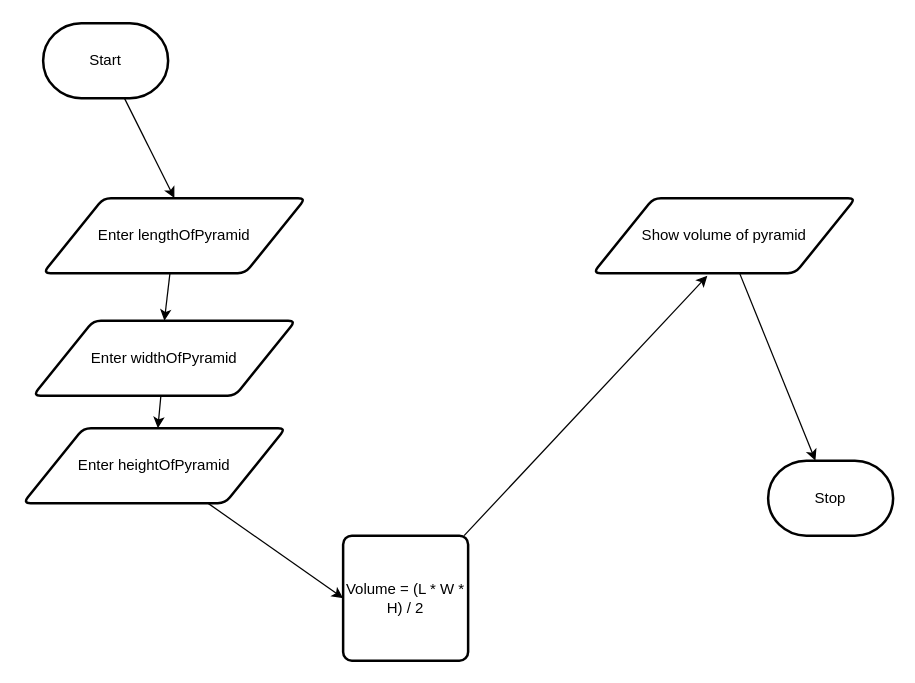
The draw.io diagram design/flowchart.drawio in MTHS-ICD2O-1-2023/ICD2O-Unit-3-02-Gabriel-Zanardi, before the edit. Source tidied: cells renumbered, new cells numbered last; positions are measured from the earlier drawing's top-left corner, leaving out a move shared by most shapes. Both pictures are drawn from the tidied source at 125%, with x=0, y=0 at pixel (22, 22).
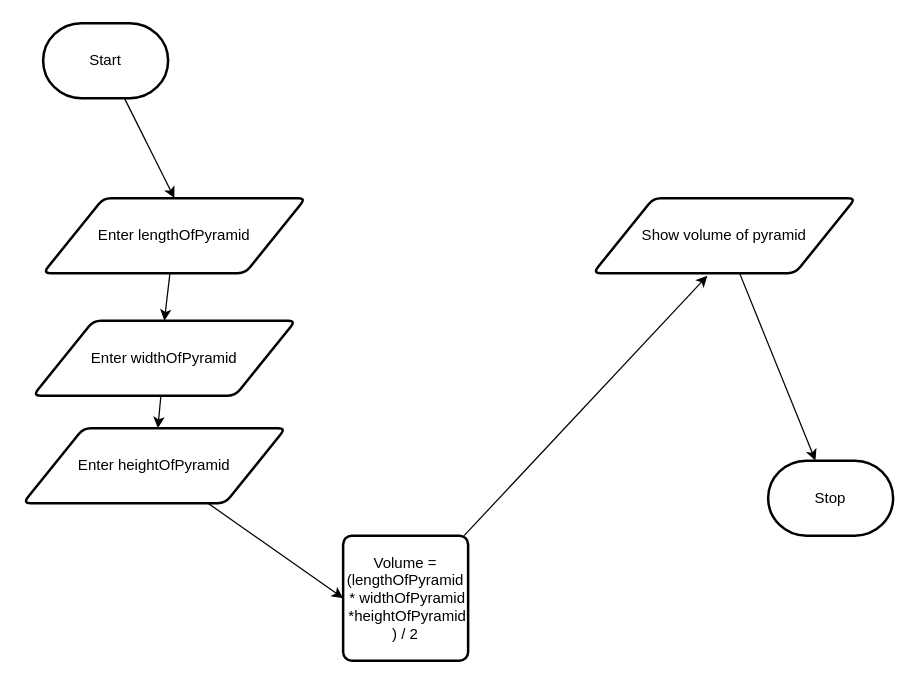
The same page after the edit.

Commit message (it also covers changes not shown here):
edited flowchart, js and index

What changed in the source:
```diff
@@
 <mxGraphModel>
   <root>
     <mxCell id="0" />
     <mxCell id="1" parent="0" />
     <mxCell id="2" style="edgeStyle=none;html=1;entryX=0.5;entryY=0;entryDx=0;entryDy=0;" parent="1" edge="1" source="3" target="6">
       <mxGeometry relative="1" as="geometry" />
     </mxCell>
     <mxCell id="3" value="Start" style="strokeWidth=2;html=1;shape=mxgraph.flowchart.terminator;whiteSpace=wrap;" parent="1" vertex="1">
       <mxGeometry x="16" width="100" height="60" as="geometry" />
     </mxCell>
     <mxCell id="4" value="Stop" style="strokeWidth=2;html=1;shape=mxgraph.flowchart.terminator;whiteSpace=wrap;" parent="1" vertex="1">
       <mxGeometry x="596" y="350" width="100" height="60" as="geometry" />
     </mxCell>
     <mxCell id="5" style="edgeStyle=none;html=1;entryX=0.5;entryY=0;entryDx=0;entryDy=0;" parent="1" edge="1" source="6" target="8">
       <mxGeometry relative="1" as="geometry" />
     </mxCell>
     <mxCell id="6" value="Enter lengthOfPyramid" style="shape=parallelogram;html=1;strokeWidth=2;perimeter=parallelogramPerimeter;whiteSpace=wrap;rounded=1;arcSize=12;size=0.23;" parent="1" vertex="1">
       <mxGeometry x="16" y="140" width="210" height="60" as="geometry" />
     </mxCell>
     <mxCell id="7" style="edgeStyle=none;html=1;" parent="1" edge="1" source="8" target="10">
       <mxGeometry relative="1" as="geometry" />
     </mxCell>
     <mxCell id="8" value="Enter widthOfPyramid" style="shape=parallelogram;html=1;strokeWidth=2;perimeter=parallelogramPerimeter;whiteSpace=wrap;rounded=1;arcSize=12;size=0.23;" parent="1" vertex="1">
       <mxGeometry x="8" y="238" width="210" height="60" as="geometry" />
     </mxCell>
     <mxCell id="9" style="edgeStyle=none;html=1;entryX=0;entryY=0.5;entryDx=0;entryDy=0;" parent="1" edge="1" source="10" target="12">
       <mxGeometry relative="1" as="geometry" />
     </mxCell>
     <mxCell id="10" value="Enter heightOfPyramid" style="shape=parallelogram;html=1;strokeWidth=2;perimeter=parallelogramPerimeter;whiteSpace=wrap;rounded=1;arcSize=12;size=0.23;" parent="1" vertex="1">
       <mxGeometry y="324" width="210" height="60" as="geometry" />
     </mxCell>
     <mxCell id="11" style="edgeStyle=none;html=1;entryX=0.435;entryY=1.035;entryDx=0;entryDy=0;entryPerimeter=0;" parent="1" edge="1" source="12" target="14">
       <mxGeometry relative="1" as="geometry" />
     </mxCell>
-    <mxCell id="12" value="Volume = (L * W * H) / 2" style="rounded=1;whiteSpace=wrap;html=1;absoluteArcSize=1;arcSize=14;strokeWidth=2;" parent="1" vertex="1">
+    <mxCell id="12" value="Volume = (lengthOfPyramid&lt;br&gt;&amp;nbsp;* widthOfPyramid&lt;br&gt;&amp;nbsp;*heightOfPyramid&lt;br&gt;) / 2" style="rounded=1;whiteSpace=wrap;html=1;absoluteArcSize=1;arcSize=14;strokeWidth=2;" parent="1" vertex="1">
       <mxGeometry x="256" y="410" width="100" height="100" as="geometry" />
     </mxCell>
     <mxCell id="13" style="edgeStyle=none;html=1;" parent="1" edge="1" source="14" target="4">
       <mxGeometry relative="1" as="geometry" />
     </mxCell>
     <mxCell id="14" value="Show volume of pyramid" style="shape=parallelogram;html=1;strokeWidth=2;perimeter=parallelogramPerimeter;whiteSpace=wrap;rounded=1;arcSize=12;size=0.23;" parent="1" vertex="1">
       <mxGeometry x="456" y="140" width="210" height="60" as="geometry" />
     </mxCell>
   </root>
 </mxGraphModel>
```
